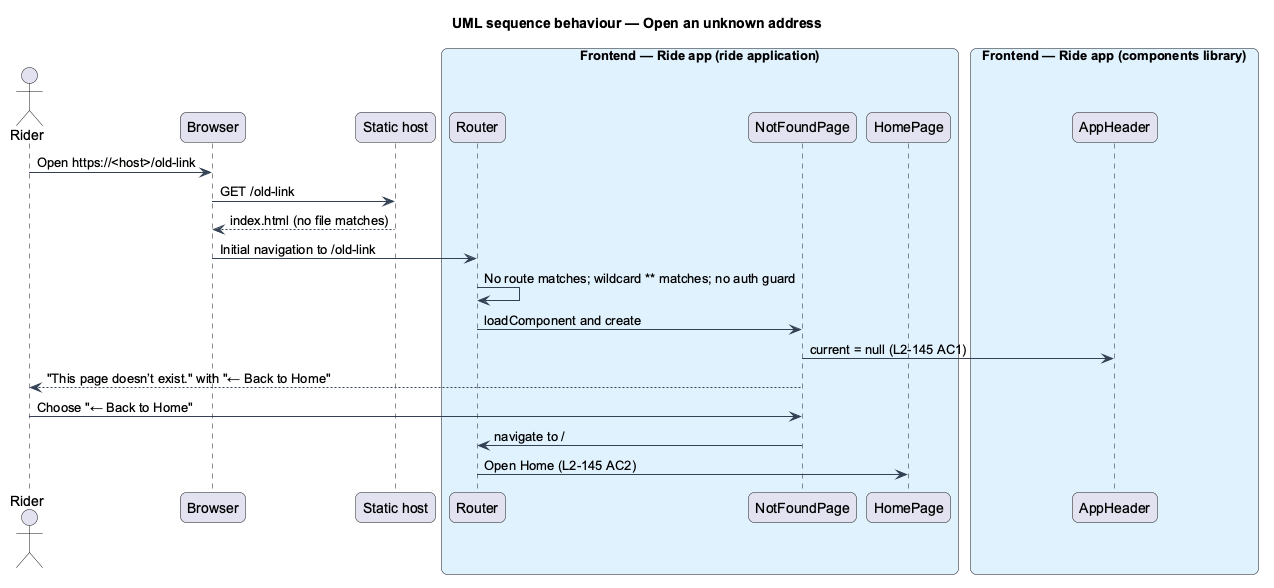
Before: docs/detailed-designs/ui/show-page-not-found/diagrams/sequence-open-unknown-address.png, a diagram exported from PlantUML (QuinntyneBrown/ride-one).
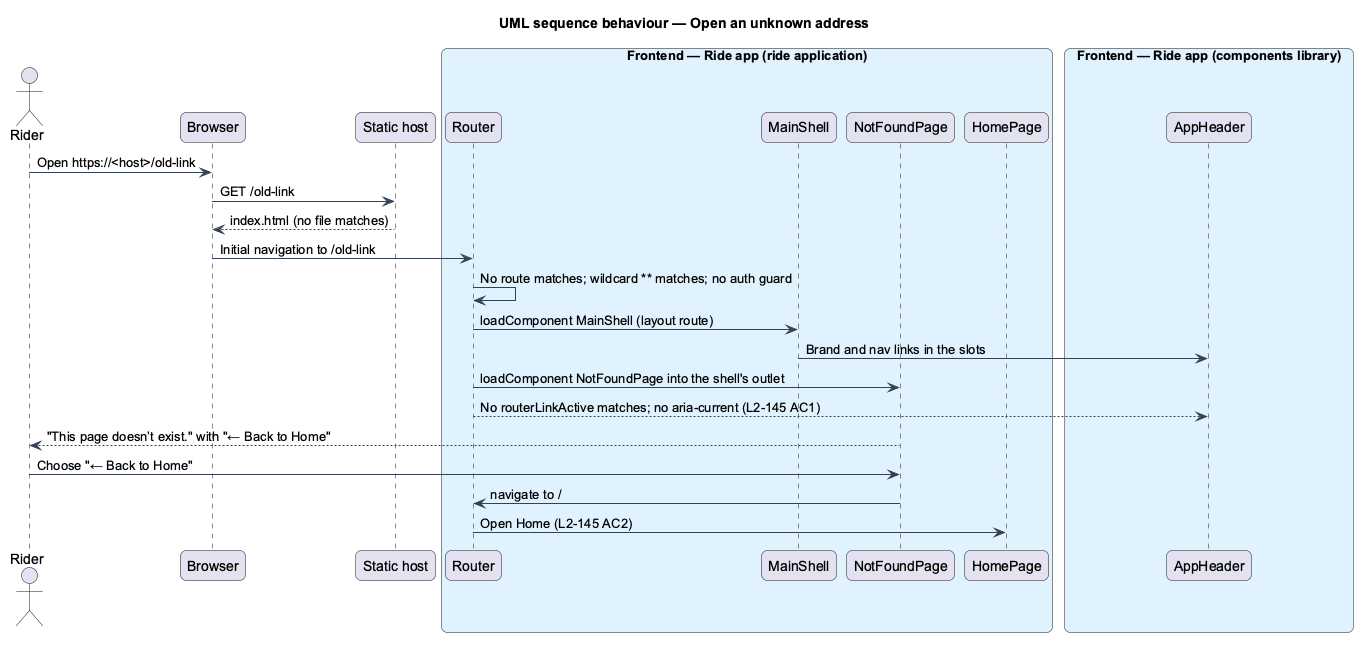
The same diagram one commit later.

Change to the diagram source:
```diff
@@ -19,6 +19,7 @@
 participant "Static host" as host
 box "Frontend — Ride app (ride application)" #E0F2FE
   participant "Router" as router
+  participant "MainShell" as shell
   participant "NotFoundPage" as page
   participant "HomePage" as home
 end box
@@ -30,8 +31,10 @@
 host --> browser : index.html (no file matches)
 browser -> router : Initial navigation to /old-link
 router -> router : No route matches; wildcard ** matches; no auth guard
-router -> page : loadComponent and create
-page -> header : current = null (L2-145 AC1)
+router -> shell : loadComponent MainShell (layout route)
+shell -> header : Brand and nav links in the slots
+router -> page : loadComponent NotFoundPage into the shell's outlet
+router --> header : No routerLinkActive matches; no aria-current (L2-145 AC1)
 page --> actor : "This page doesn’t exist." with "← Back to Home"
 actor -> page : Choose "← Back to Home"
 page -> router : navigate to /
```
